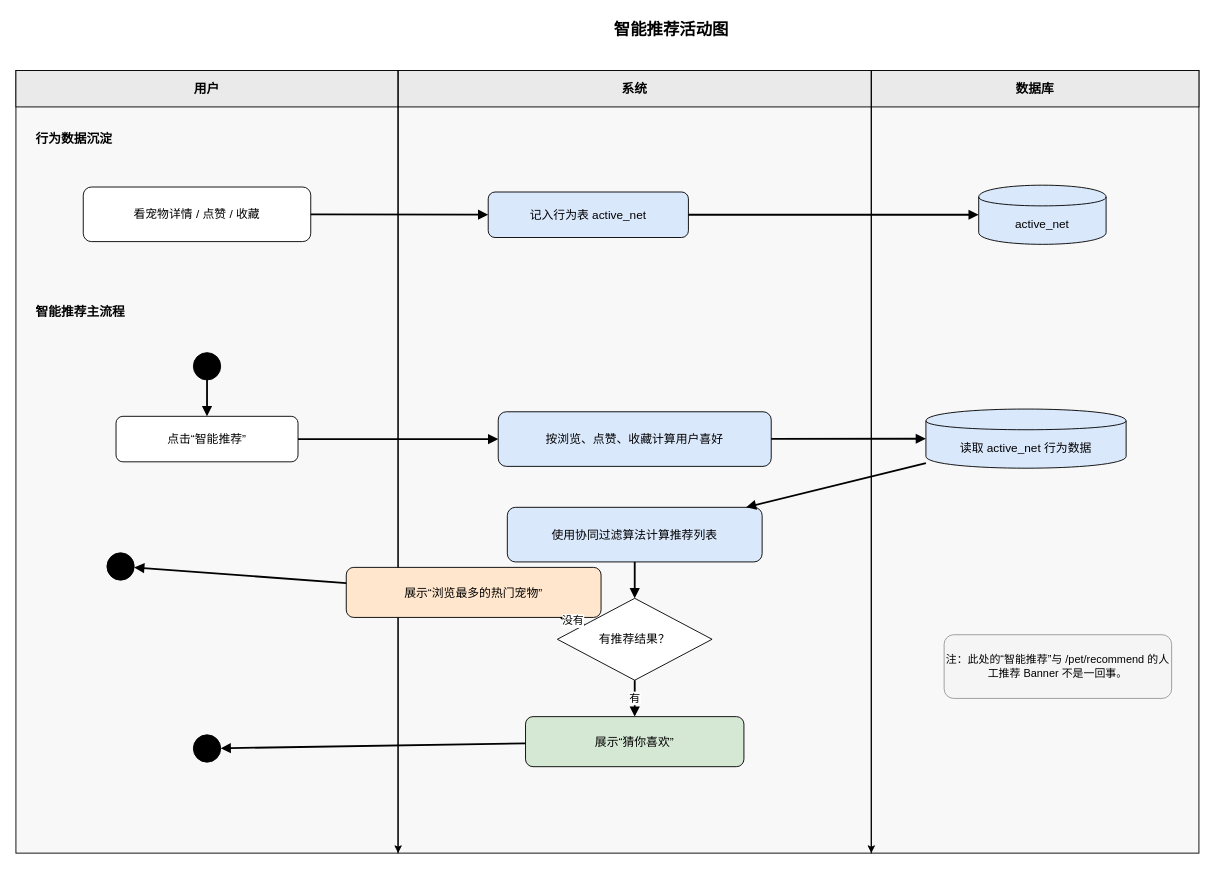
The draw.io diagram page "第 16 页" (13 of 14) of 第四章er图.drawio in wuan0232/test, before the edit. Source tidied: cells renumbered, new cells numbered last; positions are measured from the earlier drawing's top-left corner, leaving out a move shared by most shapes. Both pictures are drawn from the tidied source at 91%, with x=0, y=0 at pixel (15, 15).
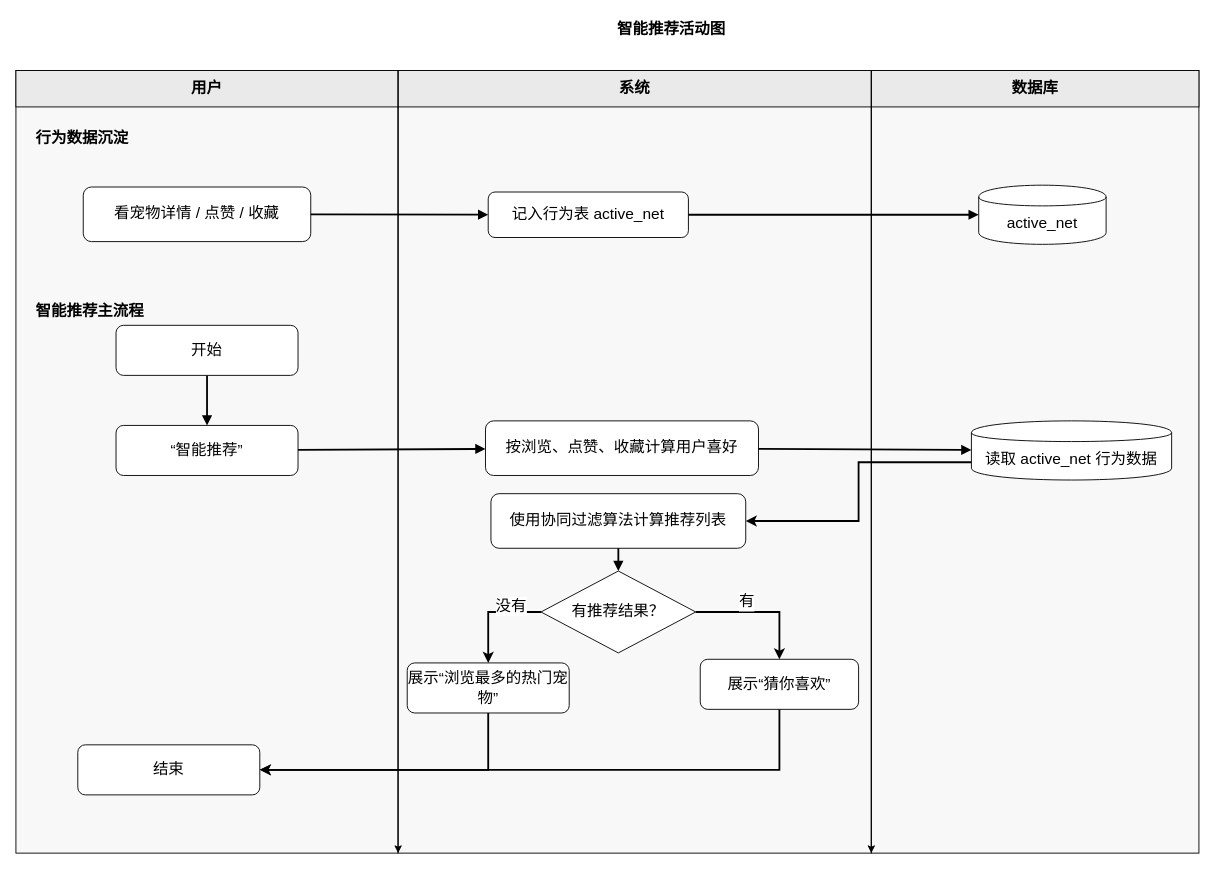
The same page after the edit.

Commit message (it also covers changes not shown here):
更新第四章er图.drawio

Diff of the diagram source:
```diff
@@
-    <mxCell id="2" value="智能推荐活动图" style="text;html=1;strokeColor=none;fillColor=none;align=center;verticalAlign=middle;fontSize=18;fontStyle=1;" parent="1" vertex="1">
+    <mxCell id="2" value="智能推荐活动图" style="text;html=1;strokeColor=none;fillColor=none;align=center;verticalAlign=middle;fontSize=17;fontStyle=1;" parent="1" vertex="1">
       <mxGeometry x="560" width="320" height="30" as="geometry" />
     </mxCell>
-    <mxCell id="3" style="rounded=0;whiteSpace=wrap;html=1;strokeColor=#000000;fillColor=#f8f8f8;" parent="1" vertex="1">
+    <mxCell id="3" style="rounded=0;whiteSpace=wrap;html=1;strokeColor=#000000;fillColor=#f8f8f8;fontSize=17;" parent="1" vertex="1">
       <mxGeometry y="60" width="420" height="860" as="geometry" />
     </mxCell>
-    <mxCell id="4" style="rounded=0;whiteSpace=wrap;html=1;strokeColor=#000000;fillColor=#f8f8f8;" parent="1" vertex="1">
+    <mxCell id="4" style="rounded=0;whiteSpace=wrap;html=1;strokeColor=#000000;fillColor=#f8f8f8;fontSize=17;" parent="1" vertex="1">
       <mxGeometry x="420" y="60" width="520" height="860" as="geometry" />
     </mxCell>
-    <mxCell id="5" style="rounded=0;whiteSpace=wrap;html=1;strokeColor=#000000;fillColor=#f8f8f8;" parent="1" vertex="1">
+    <mxCell id="5" style="rounded=0;whiteSpace=wrap;html=1;strokeColor=#000000;fillColor=#f8f8f8;fontSize=17;" parent="1" vertex="1">
       <mxGeometry x="940" y="60" width="360" height="860" as="geometry" />
     </mxCell>
-    <mxCell id="6" value="用户" style="rounded=0;whiteSpace=wrap;html=1;strokeColor=#000000;fillColor=#eaeaea;align=center;verticalAlign=middle;fontSize=14;fontStyle=1;" parent="1" vertex="1">
+    <mxCell id="6" value="用户" style="rounded=0;whiteSpace=wrap;html=1;strokeColor=#000000;fillColor=#eaeaea;align=center;verticalAlign=middle;fontSize=17;fontStyle=1;" parent="1" vertex="1">
       <mxGeometry y="60" width="420" height="40" as="geometry" />
     </mxCell>
-    <mxCell id="7" value="系统" style="rounded=0;whiteSpace=wrap;html=1;strokeColor=#000000;fillColor=#eaeaea;align=center;verticalAlign=middle;fontSize=14;fontStyle=1;" parent="1" vertex="1">
+    <mxCell id="7" value="系统" style="rounded=0;whiteSpace=wrap;html=1;strokeColor=#000000;fillColor=#eaeaea;align=center;verticalAlign=middle;fontSize=17;fontStyle=1;" parent="1" vertex="1">
       <mxGeometry x="420" y="60" width="520" height="40" as="geometry" />
     </mxCell>
-    <mxCell id="8" value="数据库" style="rounded=0;whiteSpace=wrap;html=1;strokeColor=#000000;fillColor=#eaeaea;align=center;verticalAlign=middle;fontSize=14;fontStyle=1;" parent="1" vertex="1">
+    <mxCell id="8" value="数据库" style="rounded=0;whiteSpace=wrap;html=1;strokeColor=#000000;fillColor=#eaeaea;align=center;verticalAlign=middle;fontSize=17;fontStyle=1;" parent="1" vertex="1">
       <mxGeometry x="940" y="60" width="360" height="40" as="geometry" />
     </mxCell>
-    <mxCell id="9" style="strokeColor=#000000;strokeWidth=1;" parent="1" edge="1">
+    <mxCell id="9" style="strokeColor=#000000;strokeWidth=1;fontSize=17;" parent="1" edge="1">
       <mxGeometry relative="1" as="geometry">
         <mxPoint x="420" y="60" as="sourcePoint" />
         <mxPoint x="420" y="920" as="targetPoint" />
       </mxGeometry>
     </mxCell>
-    <mxCell id="10" style="strokeColor=#000000;strokeWidth=1;" parent="1" edge="1">
+    <mxCell id="10" style="strokeColor=#000000;strokeWidth=1;fontSize=17;" parent="1" edge="1">
       <mxGeometry relative="1" as="geometry">
         <mxPoint x="940" y="60" as="sourcePoint" />
         <mxPoint x="940" y="920" as="targetPoint" />
       </mxGeometry>
     </mxCell>
-    <mxCell id="11" value="行为数据沉淀" style="text;html=1;strokeColor=none;fillColor=none;align=left;verticalAlign=middle;fontSize=14;fontStyle=1;" parent="1" vertex="1">
+    <mxCell id="11" value="行为数据沉淀" style="text;html=1;strokeColor=none;fillColor=none;align=left;verticalAlign=middle;fontSize=17;fontStyle=1;" parent="1" vertex="1">
       <mxGeometry x="20" y="120" width="160" height="30" as="geometry" />
     </mxCell>
-    <mxCell id="12" value="看宠物详情 / 点赞 / 收藏" style="rounded=1;whiteSpace=wrap;html=1;strokeColor=#000000;fillColor=#ffffff;fontSize=13;" parent="1" vertex="1">
+    <mxCell id="12" value="看宠物详情 / 点赞 / 收藏" style="rounded=1;whiteSpace=wrap;html=1;strokeColor=#000000;fillColor=#ffffff;fontSize=17;" parent="1" vertex="1">
       <mxGeometry x="74" y="188" width="250" height="60" as="geometry" />
     </mxCell>
-    <mxCell id="13" value="记入行为表 active_net" style="rounded=1;whiteSpace=wrap;html=1;strokeColor=#000000;fillColor=#dae8fc;fontSize=13;" parent="1" vertex="1">
+    <mxCell id="13" value="记入行为表 active_net" style="rounded=1;whiteSpace=wrap;html=1;fontSize=17;" parent="1" vertex="1">
       <mxGeometry x="519" y="193.5" width="220" height="50" as="geometry" />
     </mxCell>
-    <mxCell id="14" value="active_net" style="shape=cylinder;whiteSpace=wrap;html=1;boundedLbl=1;strokeColor=#000000;fillColor=#dae8fc;fontSize=13;" parent="1" vertex="1">
+    <mxCell id="14" value="active_net" style="shape=cylinder;whiteSpace=wrap;html=1;boundedLbl=1;fontSize=17;" parent="1" vertex="1">
       <mxGeometry x="1058" y="186" width="140" height="65" as="geometry" />
     </mxCell>
-    <mxCell id="15" value="智能推荐主流程" style="text;html=1;strokeColor=none;fillColor=none;align=left;verticalAlign=middle;fontSize=14;fontStyle=1;" parent="1" vertex="1">
+    <mxCell id="15" value="智能推荐主流程" style="text;html=1;strokeColor=none;fillColor=none;align=left;verticalAlign=middle;fontSize=17;fontStyle=1;" parent="1" vertex="1">
       <mxGeometry x="20" y="310" width="180" height="30" as="geometry" />
     </mxCell>
-    <mxCell id="16" style="ellipse;html=1;fillColor=#000000;strokeColor=#000000;" parent="1" vertex="1">
-      <mxGeometry x="195" y="370" width="30" height="30" as="geometry" />
-    </mxCell>
-    <mxCell id="17" value="点击“智能推荐”" style="rounded=1;whiteSpace=wrap;html=1;strokeColor=#000000;fillColor=#ffffff;fontSize=13;" parent="1" vertex="1">
-      <mxGeometry x="110" y="440" width="200" height="50" as="geometry" />
+    <mxCell id="17" value="“智能推荐”" style="rounded=1;whiteSpace=wrap;html=1;strokeColor=#000000;fillColor=#ffffff;fontSize=17;" parent="1" vertex="1">
+      <mxGeometry x="110" y="450" width="200" height="55" as="geometry" />
     </mxCell>
-    <mxCell id="18" value="按浏览、点赞、收藏计算用户喜好" style="rounded=1;whiteSpace=wrap;html=1;strokeColor=#000000;fillColor=#dae8fc;fontSize=13;" parent="1" vertex="1">
-      <mxGeometry x="530" y="435" width="300" height="60" as="geometry" />
+    <mxCell id="18" value="按浏览、点赞、收藏计算用户喜好" style="rounded=1;whiteSpace=wrap;html=1;fontSize=17;" parent="1" vertex="1">
+      <mxGeometry x="516" y="445" width="300" height="60" as="geometry" />
     </mxCell>
+    <mxCell id="32" style="edgeStyle=orthogonalEdgeStyle;rounded=0;jettySize=auto;html=1;exitX=0;exitY=0.7;exitDx=0;exitDy=0;entryX=1;entryY=0.5;entryDx=0;entryDy=0;strokeWidth=2;fontSize=17;" parent="1" edge="1" source="19" target="20">
+      <mxGeometry relative="1" as="geometry" />
+    </mxCell>
-    <mxCell id="19" value="读取 active_net 行为数据" style="shape=cylinder;whiteSpace=wrap;html=1;boundedLbl=1;strokeColor=#000000;fillColor=#dae8fc;fontSize=13;" parent="1" vertex="1">
-      <mxGeometry x="1000" y="432" width="220" height="65" as="geometry" />
+    <mxCell id="19" value="读取 active_net 行为数据" style="shape=cylinder;whiteSpace=wrap;html=1;boundedLbl=1;fontSize=17;" parent="1" vertex="1">
+      <mxGeometry x="1050" y="445" width="220" height="65" as="geometry" />
     </mxCell>
-    <mxCell id="20" value="使用协同过滤算法计算推荐列表" style="rounded=1;whiteSpace=wrap;html=1;strokeColor=#000000;fillColor=#dae8fc;fontSize=13;" parent="1" vertex="1">
-      <mxGeometry x="540" y="540" width="280" height="60" as="geometry" />
+    <mxCell id="20" value="使用协同过滤算法计算推荐列表" style="rounded=1;whiteSpace=wrap;html=1;fontSize=17;" parent="1" vertex="1">
+      <mxGeometry x="522" y="525" width="280" height="60" as="geometry" />
     </mxCell>
+    <mxCell id="38" style="edgeStyle=orthogonalEdgeStyle;rounded=0;jettySize=auto;html=1;exitX=0;exitY=0.5;exitDx=0;exitDy=0;entryX=0.5;entryY=0;entryDx=0;entryDy=0;strokeWidth=2;fontSize=17;" parent="1" edge="1" source="21" target="23">
+      <mxGeometry relative="1" as="geometry" />
+    </mxCell>
+    <mxCell id="35" value="没有" style="edgeLabel;html=1;align=center;verticalAlign=middle;fontSize=17;" parent="38" vertex="1">
+      <mxGeometry x="-0.22" y="4" relative="1" as="geometry">
+        <mxPoint x="10" y="-11" as="offset" />
+      </mxGeometry>
+    </mxCell>
+    <mxCell id="39" style="edgeStyle=orthogonalEdgeStyle;rounded=0;jettySize=auto;html=1;exitX=1;exitY=0.5;exitDx=0;exitDy=0;entryX=0.5;entryY=0;entryDx=0;entryDy=0;strokeWidth=2;fontSize=17;" parent="1" edge="1" source="21" target="22">
+      <mxGeometry relative="1" as="geometry" />
+    </mxCell>
+    <mxCell id="34" value="有" style="edgeLabel;html=1;align=center;verticalAlign=middle;fontSize=17;" parent="39" vertex="1">
+      <mxGeometry x="0.11" y="-3" relative="1" as="geometry">
+        <mxPoint x="-25" y="-15" as="offset" />
+      </mxGeometry>
+    </mxCell>
-    <mxCell id="21" value="有推荐结果？" style="rhombus;whiteSpace=wrap;html=1;strokeColor=#000000;fillColor=#ffffff;fontSize=13;" parent="1" vertex="1">
-      <mxGeometry x="595" y="640" width="170" height="90" as="geometry" />
+    <mxCell id="21" value="有推荐结果？" style="rhombus;whiteSpace=wrap;html=1;strokeColor=#000000;fillColor=#ffffff;fontSize=17;" parent="1" vertex="1">
+      <mxGeometry x="577" y="610" width="170" height="90" as="geometry" />
     </mxCell>
+    <mxCell id="40" style="edgeStyle=orthogonalEdgeStyle;rounded=0;jettySize=auto;html=1;exitX=0.5;exitY=1;exitDx=0;exitDy=0;entryX=1;entryY=0.5;entryDx=0;entryDy=0;strokeWidth=2;fontSize=17;" parent="1" edge="1" source="22" target="42">
+      <mxGeometry relative="1" as="geometry" />
+    </mxCell>
-    <mxCell id="22" value="展示“猜你喜欢”" style="rounded=1;whiteSpace=wrap;html=1;strokeColor=#000000;fillColor=#d5e8d4;fontSize=13;" parent="1" vertex="1">
-      <mxGeometry x="560" y="770" width="240" height="55" as="geometry" />
+    <mxCell id="22" value="展示“猜你喜欢”" style="rounded=1;whiteSpace=wrap;html=1;fontSize=17;" parent="1" vertex="1">
+      <mxGeometry x="752" y="707" width="174" height="55" as="geometry" />
     </mxCell>
+    <mxCell id="41" style="edgeStyle=orthogonalEdgeStyle;rounded=0;jettySize=auto;html=1;exitX=0.5;exitY=1;exitDx=0;exitDy=0;entryX=1;entryY=0.5;entryDx=0;entryDy=0;strokeWidth=2;fontSize=17;" parent="1" edge="1" source="23" target="42">
+      <mxGeometry relative="1" as="geometry" />
+    </mxCell>
-    <mxCell id="23" value="展示“浏览最多的热门宠物”" style="rounded=1;whiteSpace=wrap;html=1;strokeColor=#000000;fillColor=#ffe6cc;fontSize=13;" parent="1" vertex="1">
-      <mxGeometry x="363" y="606" width="280" height="55" as="geometry" />
+    <mxCell id="23" value="展示“浏览最多的热门宠物”" style="rounded=1;whiteSpace=wrap;html=1;fontSize=17;" parent="1" vertex="1">
+      <mxGeometry x="430" y="711" width="178" height="55" as="geometry" />
     </mxCell>
-    <mxCell id="24" style="ellipse;html=1;fillColor=#000000;strokeColor=#000000;" parent="1" vertex="1">
-      <mxGeometry x="195" y="790" width="30" height="30" as="geometry" />
-    </mxCell>
-    <mxCell id="25" style="ellipse;html=1;fillColor=#000000;strokeColor=#000000;" parent="1" vertex="1">
-      <mxGeometry x="100" y="590" width="30" height="30" as="geometry" />
-    </mxCell>
-    <mxCell id="26" value="注：此处的“智能推荐”与 /pet/recommend 的人工推荐 Banner 不是一回事。" style="rounded=1;whiteSpace=wrap;html=1;fillColor=#f5f5f5;strokeColor=#999999;fontSize=12;" parent="1" vertex="1">
-      <mxGeometry x="1020" y="680" width="250" height="70" as="geometry" />
-    </mxCell>
-    <mxCell id="27" style="endArrow=block;html=1;strokeWidth=2;" parent="1" edge="1" source="12" target="13">
+    <mxCell id="27" style="endArrow=block;html=1;strokeWidth=2;fontSize=17;" parent="1" edge="1" source="12" target="13">
       <mxGeometry relative="1" as="geometry" />
     </mxCell>
-    <mxCell id="28" style="endArrow=block;html=1;strokeWidth=2;" parent="1" edge="1" source="13" target="14">
+    <mxCell id="28" style="endArrow=block;html=1;strokeWidth=2;fontSize=17;" parent="1" edge="1" source="13" target="14">
       <mxGeometry relative="1" as="geometry" />
     </mxCell>
-    <mxCell id="29" style="endArrow=block;html=1;strokeWidth=2;" parent="1" edge="1" source="16" target="17">
+    <mxCell id="29" style="endArrow=block;html=1;strokeWidth=2;exitX=0.5;exitY=1;exitDx=0;exitDy=0;fontSize=17;" parent="1" edge="1" source="43" target="17">
       <mxGeometry relative="1" as="geometry" />
     </mxCell>
-    <mxCell id="30" style="endArrow=block;html=1;strokeWidth=2;" parent="1" edge="1" source="17" target="18">
+    <mxCell id="30" style="endArrow=block;html=1;strokeWidth=2;fontSize=17;" parent="1" edge="1" source="17" target="18">
       <mxGeometry relative="1" as="geometry" />
     </mxCell>
-    <mxCell id="31" style="endArrow=block;html=1;strokeWidth=2;" parent="1" edge="1" source="18" target="19">
+    <mxCell id="31" style="endArrow=block;html=1;strokeWidth=2;fontSize=17;" parent="1" edge="1" source="18" target="19">
       <mxGeometry relative="1" as="geometry" />
     </mxCell>
-    <mxCell id="32" style="endArrow=block;html=1;strokeWidth=2;" parent="1" edge="1" source="19" target="20">
-      <mxGeometry relative="1" as="geometry" />
-    </mxCell>
-    <mxCell id="33" style="endArrow=block;html=1;strokeWidth=2;" parent="1" edge="1" source="20" target="21">
+    <mxCell id="33" style="endArrow=block;html=1;strokeWidth=2;entryX=0.5;entryY=0;entryDx=0;entryDy=0;fontSize=17;" parent="1" edge="1" source="20" target="21">
       <mxGeometry relative="1" as="geometry" />
     </mxCell>
-    <mxCell id="34" value="有" style="endArrow=block;html=1;strokeWidth=2;fontSize=12;" parent="1" edge="1" source="21" target="22">
-      <mxGeometry relative="1" as="geometry" />
-    </mxCell>
-    <mxCell id="35" value="没有" style="endArrow=block;html=1;strokeWidth=2;fontSize=12;" parent="1" edge="1" source="21" target="23">
-      <mxGeometry relative="1" as="geometry" />
-    </mxCell>
-    <mxCell id="36" style="endArrow=block;html=1;strokeWidth=2;" parent="1" edge="1" source="22" target="24">
-      <mxGeometry relative="1" as="geometry" />
-    </mxCell>
-    <mxCell id="37" style="endArrow=block;html=1;strokeWidth=2;" parent="1" edge="1" source="23" target="25">
-      <mxGeometry relative="1" as="geometry" />
-    </mxCell>
+    <mxCell id="42" value="结束" style="rounded=1;whiteSpace=wrap;html=1;strokeColor=#000000;fillColor=#ffffff;fontSize=17;" parent="1" vertex="1">
+      <mxGeometry x="68" y="801" width="200" height="55" as="geometry" />
+    </mxCell>
+    <mxCell id="43" value="开始" style="rounded=1;whiteSpace=wrap;html=1;strokeColor=#000000;fillColor=#ffffff;fontSize=17;" parent="1" vertex="1">
+      <mxGeometry x="110" y="340" width="200" height="55" as="geometry" />
+    </mxCell>
```
